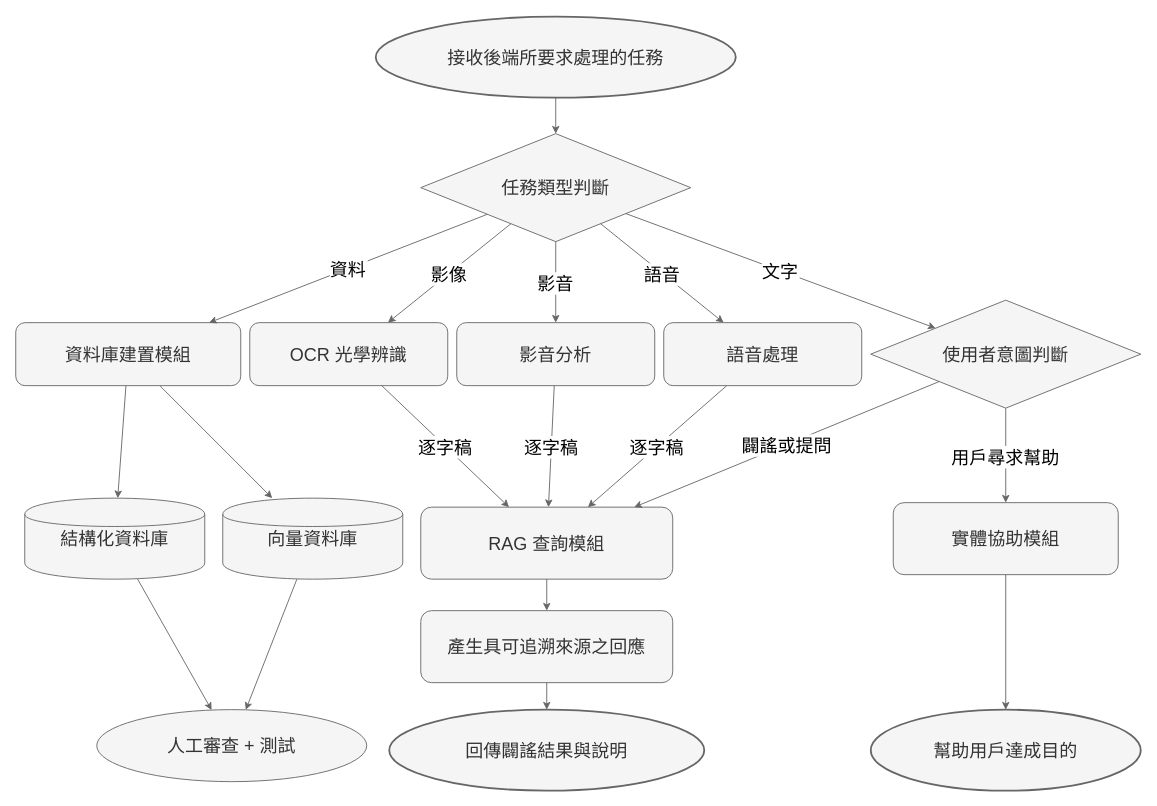
Yanagi-0912/Health-Info-System-Documents keeps this draw.io diagram as images/流程圖/CARE_Workflow.drawio. Above is the earlier version. Source tidied: cells renumbered, new cells numbered last; positions are measured from the earlier drawing's top-left corner, leaving out a move shared by most shapes. Both pictures are drawn from the tidied source at 90%, with x=0, y=0 at pixel (15, 16).
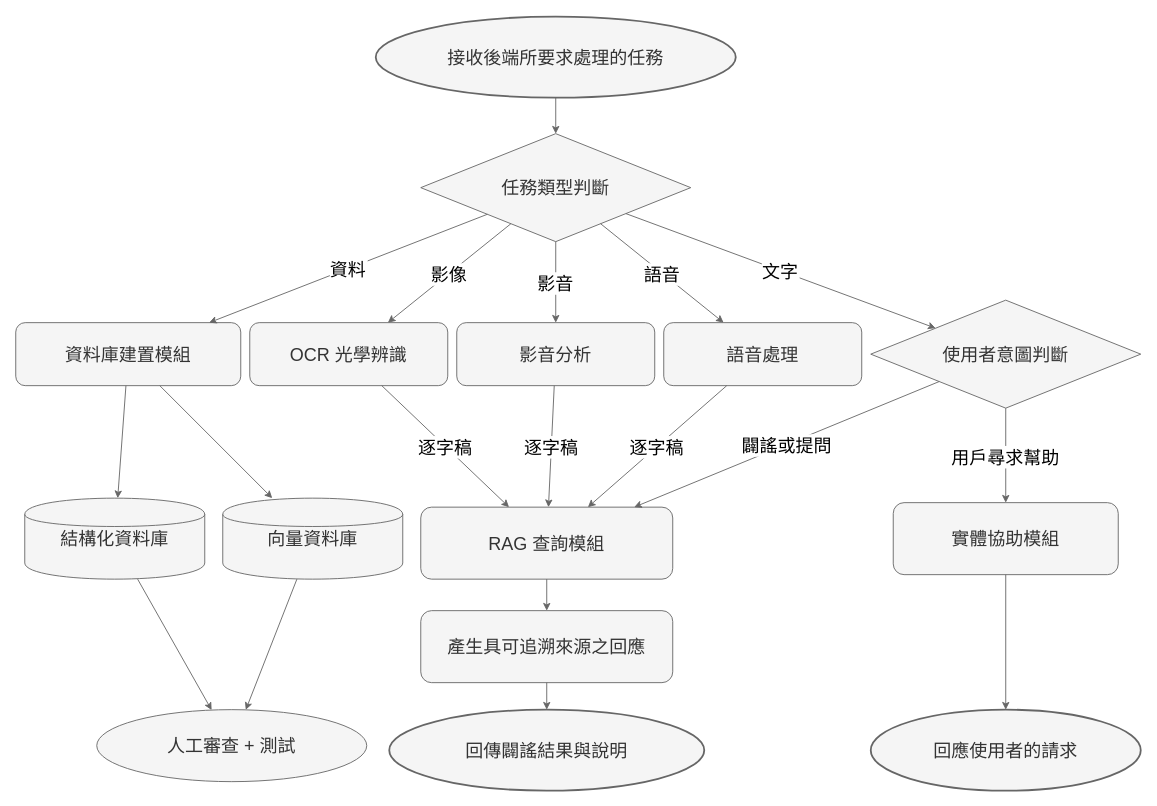
The same page after the edit.

The edit, as a diff of the source:
```diff
@@
-    <mxCell id="16" value="幫助用戶達成目的" style="ellipse;whiteSpace=wrap;html=1;strokeWidth=2;fillColor=#f5f5f5;fontColor=#333333;strokeColor=#666666;fontSize=20;" parent="1" vertex="1">
+    <mxCell id="16" value="回應使用者的請求" style="ellipse;whiteSpace=wrap;html=1;strokeWidth=2;fillColor=#f5f5f5;fontColor=#333333;strokeColor=#666666;fontSize=20;" parent="1" vertex="1">
       <mxGeometry x="950" y="770" width="300" height="90" as="geometry" />
     </mxCell>
```
